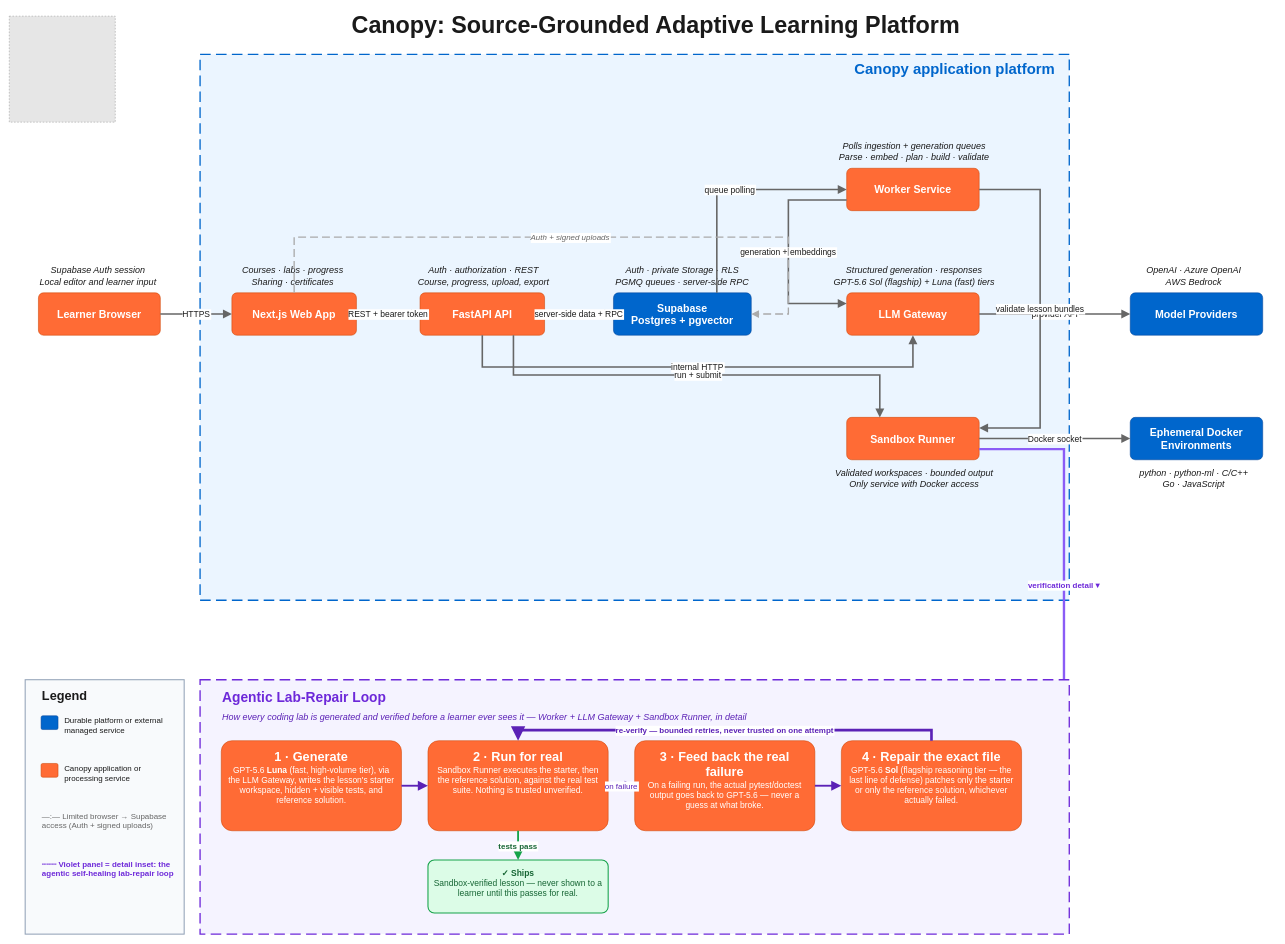
JavRedstone/canopy keeps this draw.io diagram as docs/architecture/architecture-diagram.drawio. Above is the earlier version. Source tidied: cells renumbered, new cells numbered last; positions are measured from the earlier drawing's top-left corner, leaving out a move shared by most shapes. Both pictures are drawn from the tidied source at 53%, with x=0, y=0 at pixel (9, 9). Pictures stored in the file or linked from it are replaced by grey dashed boxes.
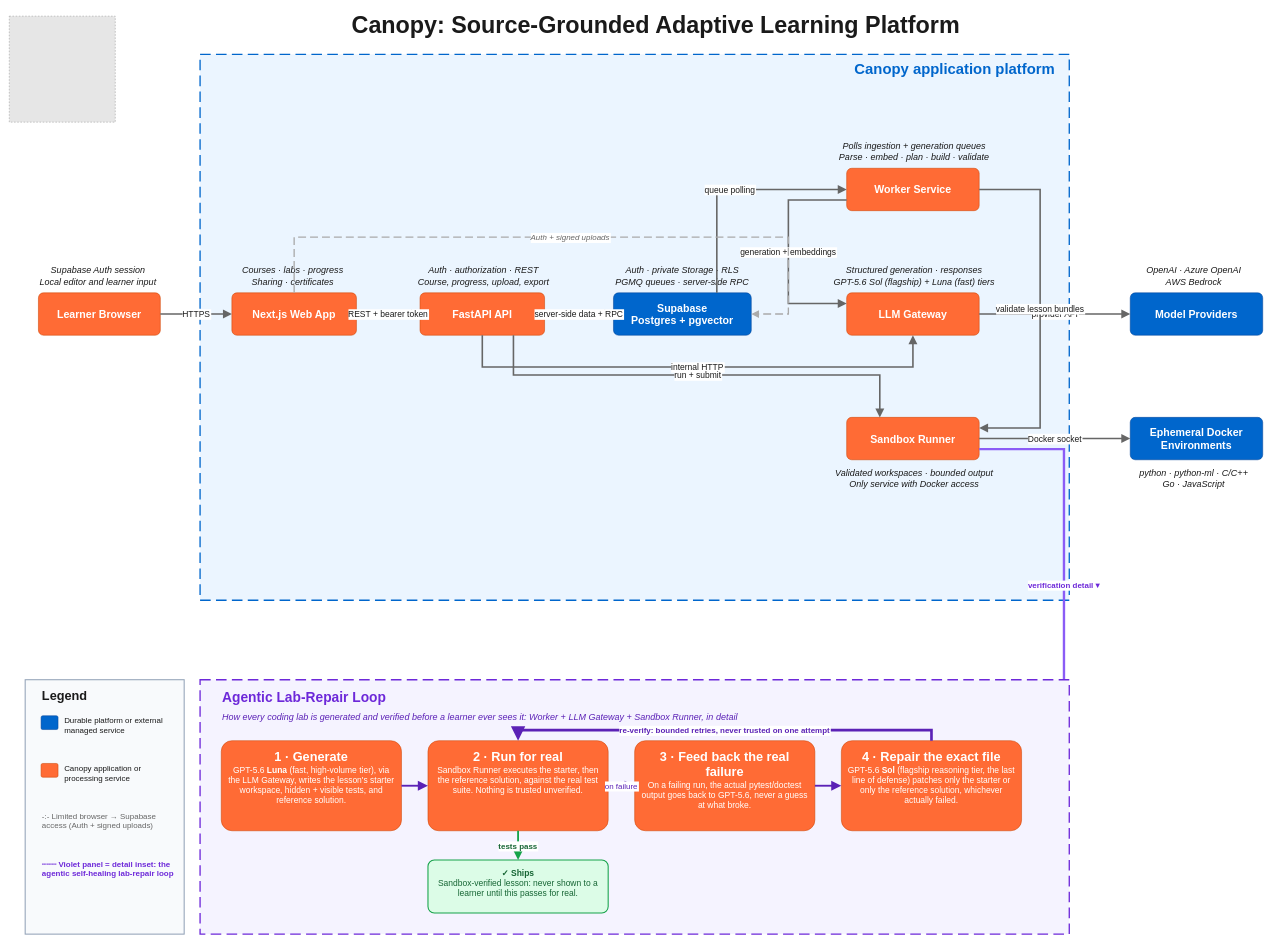
Above is the later version.

The change refers to these unchanged cells:
```xml
<mxCell id="47" value="&lt;font style=&quot;font-size: 24px;&quot;&gt;&lt;b&gt;2 · Run for real&lt;/b&gt;&lt;br&gt;&lt;/font&gt;&lt;span style=&quot;font-weight:400;font-size:16px;&quot;&gt;Sandbox Runner executes the starter, then the reference solution, against the real test suite. Nothing is trusted unverified.&lt;/span&gt;" style="rounded=1;whiteSpace=wrap;html=1;fillColor=#FF6B35;fontColor=#FFFFFF;strokeColor=#CC4400;fontSize=16;fontStyle=1;arcSize=12;verticalAlign=top;spacing=12;" parent="1" vertex="1">
  <mxGeometry x="790" y="1380" width="340" height="170" as="geometry" />
</mxCell>
```

Change to the diagram source:
```diff
@@
-    <mxCell id="41" value="—:—  Limited browser → Supabase access (Auth + signed uploads)" style="text;html=1;strokeColor=none;fillColor=none;align=left;verticalAlign=top;whiteSpace=wrap;fontSize=15;fontColor=#666666;" parent="1" vertex="1">
+    <mxCell id="41" value="-:-  Limited browser → Supabase access (Auth + signed uploads)" style="text;html=1;strokeColor=none;fillColor=none;align=left;verticalAlign=top;whiteSpace=wrap;fontSize=15;fontColor=#666666;" parent="1" vertex="1">
       <mxGeometry x="60" y="1507" width="252" height="80" as="geometry" />
     </mxCell>
@@
-    <mxCell id="45" value="How every coding lab is generated and verified before a learner ever sees it — Worker + LLM Gateway + Sandbox Runner, in detail" style="text;html=1;strokeColor=none;fillColor=none;align=left;verticalAlign=middle;whiteSpace=wrap;fontSize=17;fontStyle=2;fontColor=#5B21B6;" parent="1" vertex="1">
+    <mxCell id="45" value="How every coding lab is generated and verified before a learner ever sees it: Worker + LLM Gateway + Sandbox Runner, in detail" style="text;html=1;strokeColor=none;fillColor=none;align=left;verticalAlign=middle;whiteSpace=wrap;fontSize=17;fontStyle=2;fontColor=#5B21B6;" parent="1" vertex="1">
       <mxGeometry x="400" y="1322" width="1580" height="28" as="geometry" />
     </mxCell>
@@
-    <mxCell id="48" value="&lt;font style=&quot;font-size: 24px;&quot;&gt;&lt;b&gt;3 · Feed back the real failure&lt;/b&gt;&lt;br&gt;&lt;/font&gt;&lt;span style=&quot;font-weight:400;font-size:16px;&quot;&gt;On a failing run, the actual pytest/doctest output goes back to GPT-5.6 — never a guess at what broke.&lt;/span&gt;" style="rounded=1;whiteSpace=wrap;html=1;fillColor=#FF6B35;fontColor=#FFFFFF;strokeColor=#CC4400;fontSize=16;fontStyle=1;arcSize=12;verticalAlign=top;spacing=12;" parent="1" vertex="1">
+    <mxCell id="48" value="&lt;font style=&quot;font-size: 24px;&quot;&gt;&lt;b&gt;3 · Feed back the real failure&lt;/b&gt;&lt;br&gt;&lt;/font&gt;&lt;span style=&quot;font-weight:400;font-size:16px;&quot;&gt;On a failing run, the actual pytest/doctest output goes back to GPT-5.6, never a guess at what broke.&lt;/span&gt;" style="rounded=1;whiteSpace=wrap;html=1;fillColor=#FF6B35;fontColor=#FFFFFF;strokeColor=#CC4400;fontSize=16;fontStyle=1;arcSize=12;verticalAlign=top;spacing=12;" parent="1" vertex="1">
       <mxGeometry x="1180" y="1380" width="340" height="170" as="geometry" />
     </mxCell>
-    <mxCell id="49" value="&lt;font style=&quot;font-size: 24px;&quot;&gt;&lt;b&gt;4 · Repair the exact file&lt;/b&gt;&lt;br&gt;&lt;/font&gt;&lt;span style=&quot;font-weight:400;font-size:16px;&quot;&gt;GPT-5.6 &lt;b&gt;Sol&lt;/b&gt; (flagship reasoning tier — the last line of defense) patches only the starter or only the reference solution, whichever actually failed.&lt;/span&gt;" style="rounded=1;whiteSpace=wrap;html=1;fillColor=#FF6B35;fontColor=#FFFFFF;strokeColor=#CC4400;fontSize=16;fontStyle=1;arcSize=12;verticalAlign=top;spacing=12;" parent="1" vertex="1">
+    <mxCell id="49" value="&lt;font style=&quot;font-size: 24px;&quot;&gt;&lt;b&gt;4 · Repair the exact file&lt;/b&gt;&lt;br&gt;&lt;/font&gt;&lt;span style=&quot;font-weight:400;font-size:16px;&quot;&gt;GPT-5.6 &lt;b&gt;Sol&lt;/b&gt; (flagship reasoning tier, the last line of defense) patches only the starter or only the reference solution, whichever actually failed.&lt;/span&gt;" style="rounded=1;whiteSpace=wrap;html=1;fillColor=#FF6B35;fontColor=#FFFFFF;strokeColor=#CC4400;fontSize=16;fontStyle=1;arcSize=12;verticalAlign=top;spacing=12;" parent="1" vertex="1">
       <mxGeometry x="1570" y="1380" width="340" height="170" as="geometry" />
     </mxCell>
@@
-    <mxCell id="53" value="re-verify — bounded retries, never trusted on one attempt" style="edgeStyle=orthogonalEdgeStyle;rounded=0;jettySize=auto;strokeColor=#5B21B6;strokeWidth=5;endArrow=block;endSize=14;endFill=1;fontSize=15;fontColor=#5B21B6;fontStyle=1;exitX=0.5;exitY=0;entryX=0.5;entryY=0;" parent="1" edge="1" source="49" target="47">
+    <mxCell id="53" value="re-verify: bounded retries, never trusted on one attempt" style="edgeStyle=orthogonalEdgeStyle;rounded=0;jettySize=auto;strokeColor=#5B21B6;strokeWidth=5;endArrow=block;endSize=14;endFill=1;fontSize=15;fontColor=#5B21B6;fontStyle=1;exitX=0.5;exitY=0;entryX=0.5;entryY=0;" parent="1" edge="1" source="49" target="47">
       <mxGeometry relative="1" as="geometry">
         <Array as="points">
           <mxPoint x="1740" y="1360" />
           <mxPoint x="960" y="1360" />
         </Array>
       </mxGeometry>
     </mxCell>
-    <mxCell id="54" value="&lt;b&gt;✓ Ships&lt;/b&gt;&lt;br&gt;&lt;span style=&quot;font-weight:400;font-size:16px;&quot;&gt;Sandbox-verified lesson — never shown to a learner until this passes for real.&lt;/span&gt;" style="rounded=1;whiteSpace=wrap;html=1;fillColor=#DCFCE7;fontColor=#166534;strokeColor=#16A34A;strokeWidth=2;fontSize=16;fontStyle=1;arcSize=12;verticalAlign=top;spacing=10;" parent="1" vertex="1">
+    <mxCell id="54" value="&lt;b&gt;✓ Ships&lt;/b&gt;&lt;br&gt;&lt;span style=&quot;font-weight:400;font-size:16px;&quot;&gt;Sandbox-verified lesson: never shown to a learner until this passes for real.&lt;/span&gt;" style="rounded=1;whiteSpace=wrap;html=1;fillColor=#DCFCE7;fontColor=#166534;strokeColor=#16A34A;strokeWidth=2;fontSize=16;fontStyle=1;arcSize=12;verticalAlign=top;spacing=10;" parent="1" vertex="1">
       <mxGeometry x="790" y="1605" width="340" height="100" as="geometry" />
     </mxCell>
```
